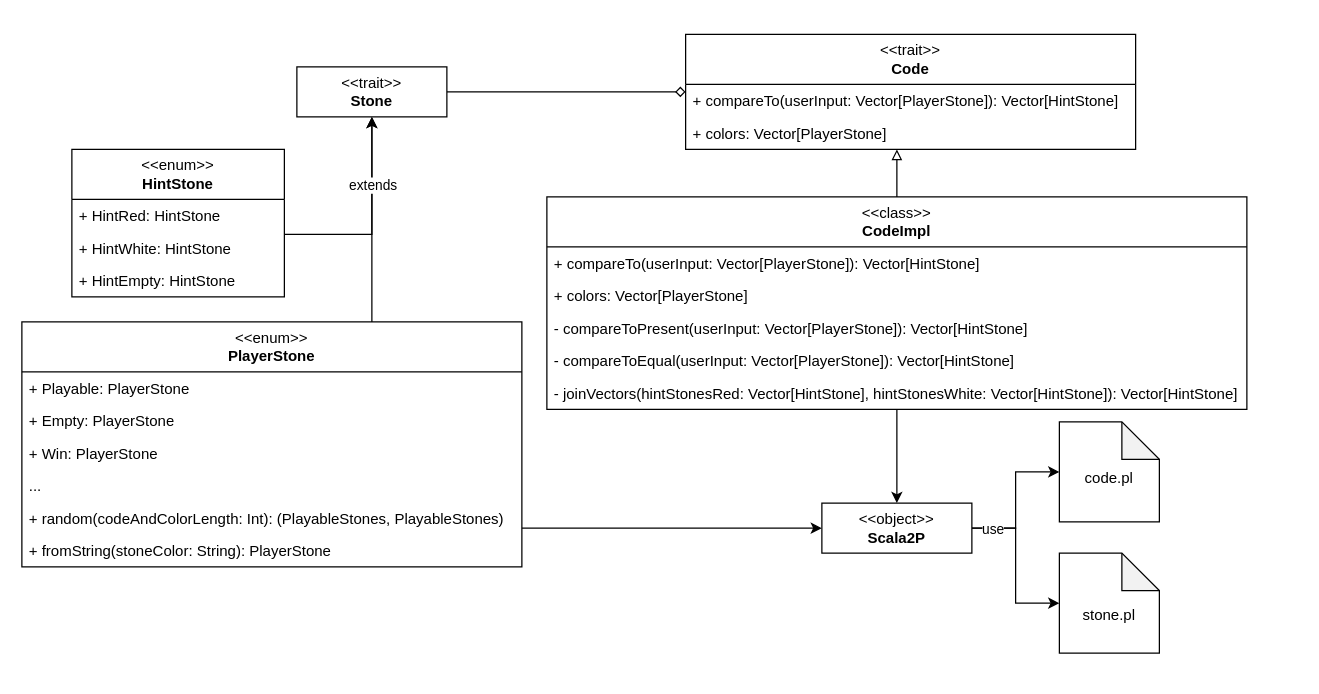
The draw.io diagram page "code, prolog, stone" (11 of 15) of mastermind.drawio in Totti00/PPS-22-mastermind, before the edit. Source tidied: cells renumbered, new cells numbered last; positions are measured from the earlier drawing's top-left corner, leaving out a move shared by most shapes. Both pictures are drawn from the tidied source at 125%, with x=0, y=0 at pixel (21, 34).
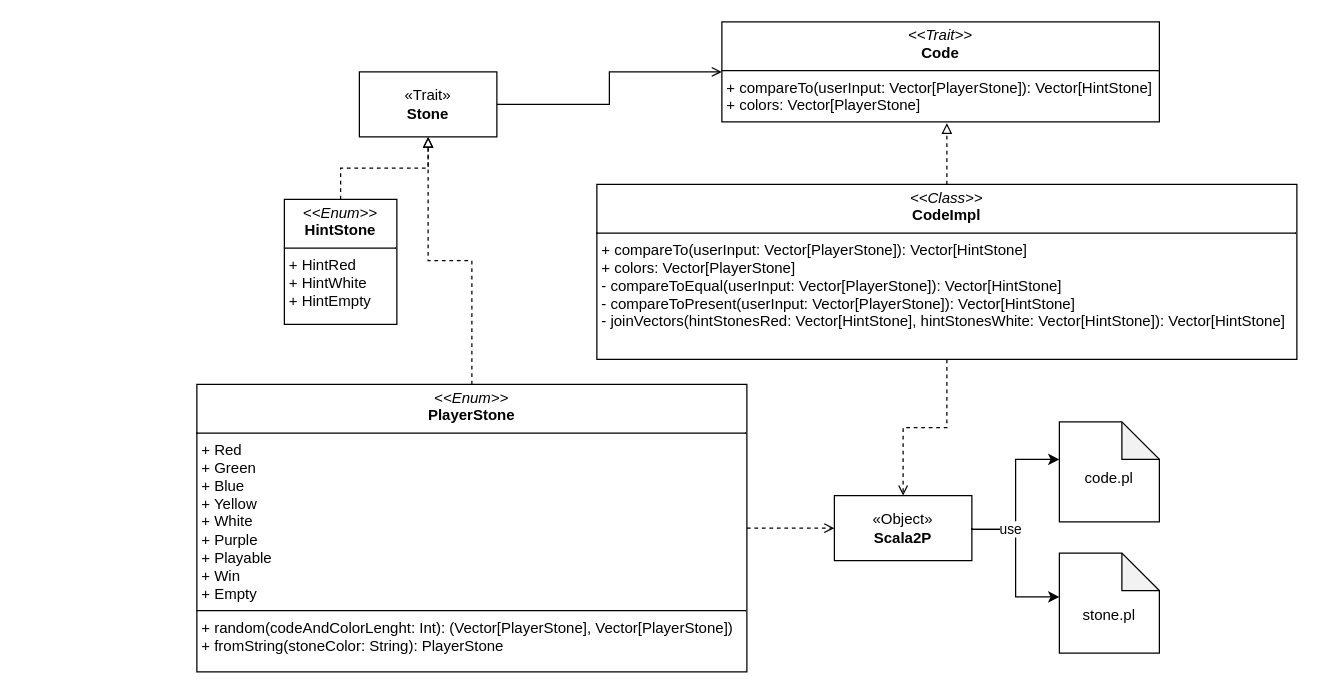
After the change.

Diff of the diagram source:
```diff
@@
-    <mxCell id="2" value="&amp;lt;&amp;lt;trait&amp;gt;&amp;gt;&lt;div&gt;&lt;b&gt;Code&lt;/b&gt;&lt;/div&gt;" style="swimlane;fontStyle=0;horizontal=1;startSize=40;fillColor=none;whiteSpace=wrap;html=1;" parent="1" vertex="1">
-      <mxGeometry x="531" width="360" height="92" as="geometry" />
-    </mxCell>
-    <mxCell id="3" value="+ compareTo(userInput: Vector[PlayerStone]): Vector[HintStone]" style="text;strokeColor=none;fillColor=none;align=left;verticalAlign=top;spacingLeft=4;spacingRight=4;overflow=hidden;whiteSpace=wrap;html=1;" parent="2" vertex="1">
-      <mxGeometry y="40" width="360" height="26" as="geometry" />
-    </mxCell>
-    <mxCell id="4" value="+ colors: Vector[PlayerStone]" style="text;strokeColor=none;fillColor=none;align=left;verticalAlign=top;spacingLeft=4;spacingRight=4;overflow=hidden;whiteSpace=wrap;html=1;" parent="2" vertex="1">
-      <mxGeometry y="66" width="360" height="26" as="geometry" />
-    </mxCell>
-    <mxCell id="5" style="edgeStyle=orthogonalEdgeStyle;rounded=0;jettySize=auto;html=1;endArrow=diamond;endFill=0;" parent="1" edge="1" source="6" target="2">
-      <mxGeometry relative="1" as="geometry" />
-    </mxCell>
-    <mxCell id="6" value="&amp;lt;&amp;lt;trait&amp;gt;&amp;gt;&lt;div&gt;&lt;b&gt;Stone&lt;/b&gt;&lt;/div&gt;" style="rounded=0;whiteSpace=wrap;html=1;" parent="1" vertex="1">
-      <mxGeometry x="220" y="26" width="120" height="40" as="geometry" />
-    </mxCell>
-    <mxCell id="7" style="edgeStyle=orthogonalEdgeStyle;rounded=0;jettySize=auto;html=1;" parent="1" edge="1" source="9" target="25">
-      <mxGeometry relative="1" as="geometry">
-        <Array as="points">
-          <mxPoint x="500" y="395" />
-          <mxPoint x="500" y="395" />
-        </Array>
-      </mxGeometry>
-    </mxCell>
-    <mxCell id="8" style="edgeStyle=orthogonalEdgeStyle;rounded=0;jettySize=auto;html=1;" parent="1" edge="1" source="9" target="6">
-      <mxGeometry relative="1" as="geometry">
-        <Array as="points">
-          <mxPoint x="280" y="130" />
-          <mxPoint x="280" y="130" />
-        </Array>
-      </mxGeometry>
-    </mxCell>
-    <mxCell id="9" value="&amp;lt;&amp;lt;enum&amp;gt;&amp;gt;&lt;div&gt;&lt;b&gt;PlayerStone&lt;/b&gt;&lt;/div&gt;" style="swimlane;fontStyle=0;horizontal=1;startSize=40;fillColor=none;whiteSpace=wrap;html=1;" parent="1" vertex="1">
-      <mxGeometry y="230" width="400" height="196" as="geometry" />
-    </mxCell>
-    <mxCell id="10" value="+ Playable: PlayerStone&amp;nbsp;" style="text;strokeColor=none;fillColor=none;align=left;verticalAlign=top;spacingLeft=4;spacingRight=4;overflow=hidden;whiteSpace=wrap;html=1;" parent="9" vertex="1">
-      <mxGeometry y="40" width="400" height="26" as="geometry" />
-    </mxCell>
-    <mxCell id="11" value="+ Empty: PlayerStone" style="text;strokeColor=none;fillColor=none;align=left;verticalAlign=top;spacingLeft=4;spacingRight=4;overflow=hidden;whiteSpace=wrap;html=1;" parent="9" vertex="1">
-      <mxGeometry y="66" width="400" height="26" as="geometry" />
-    </mxCell>
-    <mxCell id="12" value="+ Win: PlayerStone" style="text;strokeColor=none;fillColor=none;align=left;verticalAlign=top;spacingLeft=4;spacingRight=4;overflow=hidden;whiteSpace=wrap;html=1;" parent="9" vertex="1">
-      <mxGeometry y="92" width="400" height="26" as="geometry" />
-    </mxCell>
-    <mxCell id="13" value="..." style="text;strokeColor=none;fillColor=none;align=left;verticalAlign=top;spacingLeft=4;spacingRight=4;overflow=hidden;whiteSpace=wrap;html=1;" parent="9" vertex="1">
-      <mxGeometry y="118" width="400" height="26" as="geometry" />
-    </mxCell>
-    <mxCell id="14" value="&lt;span style=&quot;color: rgb(0, 0, 0); font-family: Helvetica; font-size: 12px; font-style: normal; font-variant-ligatures: normal; font-variant-caps: normal; font-weight: 400; letter-spacing: normal; orphans: 2; text-align: left; text-indent: 0px; text-transform: none; widows: 2; word-spacing: 0px; -webkit-text-stroke-width: 0px; white-space: normal; text-decoration-thickness: initial; text-decoration-style: initial; text-decoration-color: initial; float: none; display: inline !important;&quot;&gt;+ random(codeAndColorLength: Int): (PlayableStones, PlayableStones)&lt;/span&gt;" style="text;align=left;verticalAlign=top;spacingLeft=4;spacingRight=4;overflow=hidden;whiteSpace=wrap;html=1;" parent="9" vertex="1">
-      <mxGeometry y="144" width="400" height="26" as="geometry" />
-    </mxCell>
-    <mxCell id="15" value="+ fromString(stoneColor: String): PlayerStone" style="text;strokeColor=none;fillColor=none;align=left;verticalAlign=top;spacingLeft=4;spacingRight=4;overflow=hidden;whiteSpace=wrap;html=1;" parent="9" vertex="1">
-      <mxGeometry y="170" width="400" height="26" as="geometry" />
-    </mxCell>
-    <mxCell id="16" style="edgeStyle=orthogonalEdgeStyle;rounded=0;jettySize=auto;html=1;" parent="1" edge="1" source="18" target="6">
-      <mxGeometry relative="1" as="geometry">
-        <Array as="points">
-          <mxPoint x="180" y="160" />
-          <mxPoint x="180" y="160" />
-        </Array>
-      </mxGeometry>
-    </mxCell>
-    <mxCell id="17" value="extends" style="edgeLabel;html=1;align=center;verticalAlign=middle;" parent="16" vertex="1">
-      <mxGeometry x="0.32" y="-3" relative="1" as="geometry">
-        <mxPoint x="-3" y="-2" as="offset" />
-      </mxGeometry>
-    </mxCell>
-    <mxCell id="18" value="&amp;lt;&amp;lt;enum&amp;gt;&amp;gt;&lt;div&gt;&lt;b&gt;HintStone&lt;/b&gt;&lt;/div&gt;" style="swimlane;fontStyle=0;horizontal=1;startSize=40;fillColor=none;whiteSpace=wrap;html=1;" parent="1" vertex="1">
-      <mxGeometry x="40" y="92" width="170" height="118" as="geometry" />
-    </mxCell>
-    <mxCell id="19" value="+ HintRed: HintStone" style="text;strokeColor=none;fillColor=none;align=left;verticalAlign=top;spacingLeft=4;spacingRight=4;overflow=hidden;whiteSpace=wrap;html=1;" parent="18" vertex="1">
-      <mxGeometry y="40" width="170" height="26" as="geometry" />
-    </mxCell>
-    <mxCell id="20" value="+ HintWhite: HintStone" style="text;strokeColor=none;fillColor=none;align=left;verticalAlign=top;spacingLeft=4;spacingRight=4;overflow=hidden;whiteSpace=wrap;html=1;" parent="18" vertex="1">
-      <mxGeometry y="66" width="170" height="26" as="geometry" />
-    </mxCell>
-    <mxCell id="21" value="+ HintEmpty: HintStone" style="text;strokeColor=none;fillColor=none;align=left;verticalAlign=top;spacingLeft=4;spacingRight=4;overflow=hidden;whiteSpace=wrap;html=1;" parent="18" vertex="1">
-      <mxGeometry y="92" width="170" height="26" as="geometry" />
-    </mxCell>
-    <mxCell id="22" style="edgeStyle=orthogonalEdgeStyle;rounded=0;jettySize=auto;html=1;" parent="1" edge="1" source="25" target="28">
-      <mxGeometry relative="1" as="geometry" />
-    </mxCell>
-    <mxCell id="23" style="edgeStyle=orthogonalEdgeStyle;rounded=0;jettySize=auto;html=1;" parent="1" edge="1" source="25" target="26">
-      <mxGeometry relative="1" as="geometry" />
-    </mxCell>
+    <mxCell id="38" style="edgeStyle=orthogonalEdgeStyle;rounded=0;jettySize=auto;html=1;exitX=0.5;exitY=0;exitDx=0;exitDy=0;dashed=1;endArrow=block;endFill=0;" parent="1" edge="1" source="40">
+      <mxGeometry relative="1" as="geometry">
+        <mxPoint x="740" y="71" as="targetPoint" />
+      </mxGeometry>
+    </mxCell>
+    <mxCell id="39" style="edgeStyle=orthogonalEdgeStyle;rounded=0;jettySize=auto;html=1;exitX=0.5;exitY=1;exitDx=0;exitDy=0;entryX=0.5;entryY=0;entryDx=0;entryDy=0;dashed=1;endArrow=open;endFill=0;" parent="1" edge="1" source="40" target="49">
+      <mxGeometry relative="1" as="geometry" />
+    </mxCell>
+    <mxCell id="40" value="&lt;p style=&quot;margin:0px;margin-top:4px;text-align:center;&quot;&gt;&lt;i&gt;&amp;lt;&amp;lt;Class&amp;gt;&amp;gt;&lt;/i&gt;&lt;br&gt;&lt;b&gt;CodeImpl&lt;/b&gt;&lt;/p&gt;&lt;hr size=&quot;1&quot; style=&quot;border-style:solid;&quot;&gt;&lt;p style=&quot;margin:0px;margin-left:4px;&quot;&gt;+&amp;nbsp;compareTo(userInput: Vector[PlayerStone]): Vector[HintStone]&lt;/p&gt;&lt;p style=&quot;margin:0px;margin-left:4px;&quot;&gt;+ colors: Vector[PlayerStone]&lt;/p&gt;&lt;p style=&quot;margin:0px;margin-left:4px;&quot;&gt;- compareToEqual(userInput: Vector[PlayerStone]): Vector[HintStone]&lt;br&gt;&lt;/p&gt;&lt;p style=&quot;margin:0px;margin-left:4px;&quot;&gt;- compareToPresent(userInput: Vector[PlayerStone]): Vector[HintStone]&lt;/p&gt;&lt;p style=&quot;margin:0px;margin-left:4px;&quot;&gt;- joinVectors(hintStonesRed: Vector[HintStone], hintStonesWhite: Vector[HintStone]): Vector[HintStone]&lt;/p&gt;&lt;p style=&quot;margin:0px;margin-left:4px;&quot;&gt;&lt;br&gt;&lt;/p&gt;" style="verticalAlign=top;align=left;overflow=fill;html=1;whiteSpace=wrap;" parent="1" vertex="1">
+      <mxGeometry x="460" y="120" width="560" height="140" as="geometry" />
+    </mxCell>
+    <mxCell id="41" value="&lt;p style=&quot;margin:0px;margin-top:4px;text-align:center;&quot;&gt;&lt;i&gt;&amp;lt;&amp;lt;Trait&amp;gt;&amp;gt;&lt;/i&gt;&lt;br&gt;&lt;b&gt;Code&lt;/b&gt;&lt;/p&gt;&lt;hr size=&quot;1&quot; style=&quot;border-style:solid;&quot;&gt;&lt;p style=&quot;margin:0px;margin-left:4px;&quot;&gt;+&amp;nbsp;compareTo(userInput: Vector[PlayerStone]): Vector[HintStone]&lt;/p&gt;&lt;p style=&quot;margin:0px;margin-left:4px;&quot;&gt;+ colors: Vector[PlayerStone]&lt;/p&gt;" style="verticalAlign=top;align=left;overflow=fill;html=1;whiteSpace=wrap;" parent="1" vertex="1">
+      <mxGeometry x="560" y="-10" width="350" height="80" as="geometry" />
+    </mxCell>
+    <mxCell id="42" style="edgeStyle=orthogonalEdgeStyle;rounded=0;jettySize=auto;html=1;exitX=1;exitY=0.5;exitDx=0;exitDy=0;entryX=0;entryY=0.5;entryDx=0;entryDy=0;endArrow=open;endFill=0;" parent="1" edge="1" source="43" target="41">
+      <mxGeometry relative="1" as="geometry" />
+    </mxCell>
+    <mxCell id="43" value="«Trait»&lt;br&gt;&lt;b&gt;Stone&lt;/b&gt;" style="html=1;whiteSpace=wrap;" parent="1" vertex="1">
+      <mxGeometry x="270" y="30" width="110" height="52" as="geometry" />
+    </mxCell>
+    <mxCell id="44" style="edgeStyle=orthogonalEdgeStyle;rounded=0;jettySize=auto;html=1;exitX=0.5;exitY=0;exitDx=0;exitDy=0;entryX=0.5;entryY=1;entryDx=0;entryDy=0;endArrow=block;endFill=0;dashed=1;" parent="1" edge="1" source="45" target="43">
+      <mxGeometry relative="1" as="geometry" />
+    </mxCell>
+    <mxCell id="45" value="&lt;p style=&quot;margin:0px;margin-top:4px;text-align:center;&quot;&gt;&lt;i&gt;&amp;lt;&amp;lt;Enum&amp;gt;&amp;gt;&lt;/i&gt;&lt;br&gt;&lt;b&gt;HintStone&lt;/b&gt;&lt;/p&gt;&lt;hr size=&quot;1&quot; style=&quot;border-style:solid;&quot;&gt;&lt;p style=&quot;margin:0px;margin-left:4px;&quot;&gt;+ HintRed&lt;/p&gt;&lt;p style=&quot;margin:0px;margin-left:4px;&quot;&gt;+ HintWhite&lt;/p&gt;&lt;p style=&quot;margin:0px;margin-left:4px;&quot;&gt;+ HintEmpty&lt;/p&gt;" style="verticalAlign=top;align=left;overflow=fill;html=1;whiteSpace=wrap;" parent="1" vertex="1">
+      <mxGeometry x="210" y="132" width="90" height="100" as="geometry" />
+    </mxCell>
+    <mxCell id="46" style="edgeStyle=orthogonalEdgeStyle;rounded=0;jettySize=auto;html=1;exitX=0.5;exitY=0;exitDx=0;exitDy=0;entryX=0.5;entryY=1;entryDx=0;entryDy=0;endArrow=block;endFill=0;dashed=1;" parent="1" edge="1" source="48" target="43">
+      <mxGeometry relative="1" as="geometry" />
+    </mxCell>
+    <mxCell id="47" style="edgeStyle=orthogonalEdgeStyle;rounded=0;jettySize=auto;html=1;exitX=1;exitY=0.5;exitDx=0;exitDy=0;entryX=0;entryY=0.5;entryDx=0;entryDy=0;dashed=1;endArrow=open;endFill=0;" parent="1" edge="1" source="48" target="49">
+      <mxGeometry relative="1" as="geometry" />
+    </mxCell>
+    <mxCell id="48" value="&lt;p style=&quot;margin:0px;margin-top:4px;text-align:center;&quot;&gt;&lt;i&gt;&amp;lt;&amp;lt;Enum&amp;gt;&amp;gt;&lt;/i&gt;&lt;br&gt;&lt;b&gt;PlayerStone&lt;/b&gt;&lt;/p&gt;&lt;hr size=&quot;1&quot; style=&quot;border-style:solid;&quot;&gt;&lt;p style=&quot;margin:0px;margin-left:4px;&quot;&gt;+ Red&lt;/p&gt;&lt;p style=&quot;margin:0px;margin-left:4px;&quot;&gt;+ Green&lt;/p&gt;&lt;p style=&quot;margin:0px;margin-left:4px;&quot;&gt;+ Blue&lt;/p&gt;&lt;p style=&quot;margin:0px;margin-left:4px;&quot;&gt;+ Yellow&lt;/p&gt;&lt;p style=&quot;margin:0px;margin-left:4px;&quot;&gt;+ White&lt;/p&gt;&lt;p style=&quot;margin:0px;margin-left:4px;&quot;&gt;+ Purple&lt;/p&gt;&lt;p style=&quot;margin:0px;margin-left:4px;&quot;&gt;+ Playable&lt;/p&gt;&lt;p style=&quot;margin:0px;margin-left:4px;&quot;&gt;+ Win&lt;/p&gt;&lt;p style=&quot;margin:0px;margin-left:4px;&quot;&gt;+ Empty&lt;/p&gt;&lt;hr size=&quot;1&quot; style=&quot;border-style:solid;&quot;&gt;&lt;p style=&quot;margin:0px;margin-left:4px;&quot;&gt;+ random(codeAndColorLenght: Int): (Vector[PlayerStone], Vector[PlayerStone])&lt;/p&gt;&lt;p style=&quot;margin:0px;margin-left:4px;&quot;&gt;+ fromString(stoneColor: String): PlayerStone&lt;/p&gt;" style="verticalAlign=top;align=left;overflow=fill;html=1;whiteSpace=wrap;" parent="1" vertex="1">
+      <mxGeometry x="140" y="280" width="440" height="230" as="geometry" />
+    </mxCell>
+    <mxCell id="49" value="«Object»&lt;br&gt;&lt;b&gt;Scala2P&lt;/b&gt;" style="html=1;whiteSpace=wrap;" parent="1" vertex="1">
+      <mxGeometry x="650" y="369" width="110" height="52" as="geometry" />
+    </mxCell>
+    <mxCell id="50" style="edgeStyle=orthogonalEdgeStyle;rounded=0;jettySize=auto;html=1;" parent="1" edge="1" target="53">
+      <mxGeometry relative="1" as="geometry">
+        <mxPoint x="760" y="395" as="sourcePoint" />
+        <Array as="points">
+          <mxPoint x="760" y="396" />
+          <mxPoint x="795" y="396" />
+          <mxPoint x="795" y="450" />
+        </Array>
+      </mxGeometry>
+    </mxCell>
+    <mxCell id="51" style="edgeStyle=orthogonalEdgeStyle;rounded=0;jettySize=auto;html=1;" parent="1" edge="1" target="52">
+      <mxGeometry relative="1" as="geometry">
+        <mxPoint x="760" y="395" as="sourcePoint" />
+        <Array as="points">
+          <mxPoint x="760" y="396" />
+          <mxPoint x="795" y="396" />
+          <mxPoint x="795" y="340" />
+        </Array>
+      </mxGeometry>
+    </mxCell>
-    <mxCell id="24" value="use" style="edgeLabel;html=1;align=center;verticalAlign=middle;" parent="23" vertex="1">
-      <mxGeometry x="-0.73" relative="1" as="geometry" />
+    <mxCell id="24" value="use" style="edgeLabel;html=1;align=center;verticalAlign=middle;" parent="51" vertex="1">
+      <mxGeometry x="-0.73" relative="1" as="geometry">
+        <mxPoint x="14" y="-1" as="offset" />
+      </mxGeometry>
     </mxCell>
-    <mxCell id="25" value="&amp;lt;&amp;lt;object&amp;gt;&amp;gt;&lt;div&gt;&lt;b&gt;Scala2P&lt;/b&gt;&lt;/div&gt;" style="rounded=0;whiteSpace=wrap;html=1;" parent="1" vertex="1">
-      <mxGeometry x="640" y="375" width="120" height="40" as="geometry" />
-    </mxCell>
-    <mxCell id="26" style="shape=note;whiteSpace=wrap;html=1;backgroundOutline=1;darkOpacity=0.05;" parent="1" vertex="1">
-      <mxGeometry x="830" y="310" width="80" height="80" as="geometry" />
-    </mxCell>
+    <mxCell id="52" style="shape=note;whiteSpace=wrap;html=1;backgroundOutline=1;darkOpacity=0.05;" parent="1" vertex="1">
+      <mxGeometry x="830" y="310" width="80" height="80" as="geometry" />
+    </mxCell>
@@
-    <mxCell id="28" style="shape=note;whiteSpace=wrap;html=1;backgroundOutline=1;darkOpacity=0.05;" parent="1" vertex="1">
-      <mxGeometry x="830" y="415" width="80" height="80" as="geometry" />
-    </mxCell>
+    <mxCell id="53" style="shape=note;whiteSpace=wrap;html=1;backgroundOutline=1;darkOpacity=0.05;" parent="1" vertex="1">
+      <mxGeometry x="830" y="415" width="80" height="80" as="geometry" />
+    </mxCell>
@@
-    <mxCell id="30" style="edgeStyle=orthogonalEdgeStyle;rounded=0;jettySize=auto;html=1;endArrow=block;endFill=0;" parent="1" edge="1" source="32" target="2">
-      <mxGeometry relative="1" as="geometry">
-        <Array as="points">
-          <mxPoint x="630" y="6" />
-          <mxPoint x="630" y="6" />
-        </Array>
-      </mxGeometry>
-    </mxCell>
-    <mxCell id="31" style="edgeStyle=orthogonalEdgeStyle;rounded=0;jettySize=auto;html=1;" parent="1" edge="1" source="32" target="25">
-      <mxGeometry relative="1" as="geometry" />
-    </mxCell>
-    <mxCell id="32" value="&amp;lt;&amp;lt;class&amp;gt;&amp;gt;&lt;div&gt;&lt;b&gt;CodeImpl&lt;/b&gt;&lt;/div&gt;" style="swimlane;fontStyle=0;horizontal=1;startSize=40;fillColor=none;whiteSpace=wrap;html=1;" parent="1" vertex="1">
-      <mxGeometry x="420" y="130" width="560" height="170" as="geometry" />
-    </mxCell>
-    <mxCell id="33" value="+ compareTo(userInput: Vector[PlayerStone]): Vector[HintStone]" style="text;strokeColor=none;fillColor=none;align=left;verticalAlign=top;spacingLeft=4;spacingRight=4;overflow=hidden;whiteSpace=wrap;html=1;" parent="32" vertex="1">
-      <mxGeometry y="40" width="560" height="26" as="geometry" />
-    </mxCell>
-    <mxCell id="34" value="+ colors: Vector[PlayerStone]" style="text;strokeColor=none;fillColor=none;align=left;verticalAlign=top;spacingLeft=4;spacingRight=4;overflow=hidden;whiteSpace=wrap;html=1;" parent="32" vertex="1">
-      <mxGeometry y="66" width="560" height="26" as="geometry" />
-    </mxCell>
-    <mxCell id="35" value="- compareToPresent(userInput: Vector[PlayerStone]): Vector[HintStone]" style="text;strokeColor=none;fillColor=none;align=left;verticalAlign=top;spacingLeft=4;spacingRight=4;overflow=hidden;whiteSpace=wrap;html=1;" parent="32" vertex="1">
-      <mxGeometry y="92" width="560" height="26" as="geometry" />
-    </mxCell>
-    <mxCell id="36" value="- compareToEqual(userInput: Vector[PlayerStone]): Vector[HintStone]" style="text;strokeColor=none;fillColor=none;align=left;verticalAlign=top;spacingLeft=4;spacingRight=4;overflow=hidden;whiteSpace=wrap;html=1;" parent="32" vertex="1">
-      <mxGeometry y="118" width="560" height="26" as="geometry" />
-    </mxCell>
-    <mxCell id="37" value="- joinVectors(hintStonesRed: Vector[HintStone], hintStonesWhite: Vector[HintStone]): Vector[HintStone]" style="text;strokeColor=none;fillColor=none;align=left;verticalAlign=top;spacingLeft=4;spacingRight=4;overflow=hidden;whiteSpace=wrap;html=1;" parent="32" vertex="1">
-      <mxGeometry y="144" width="560" height="26" as="geometry" />
-    </mxCell>
```
